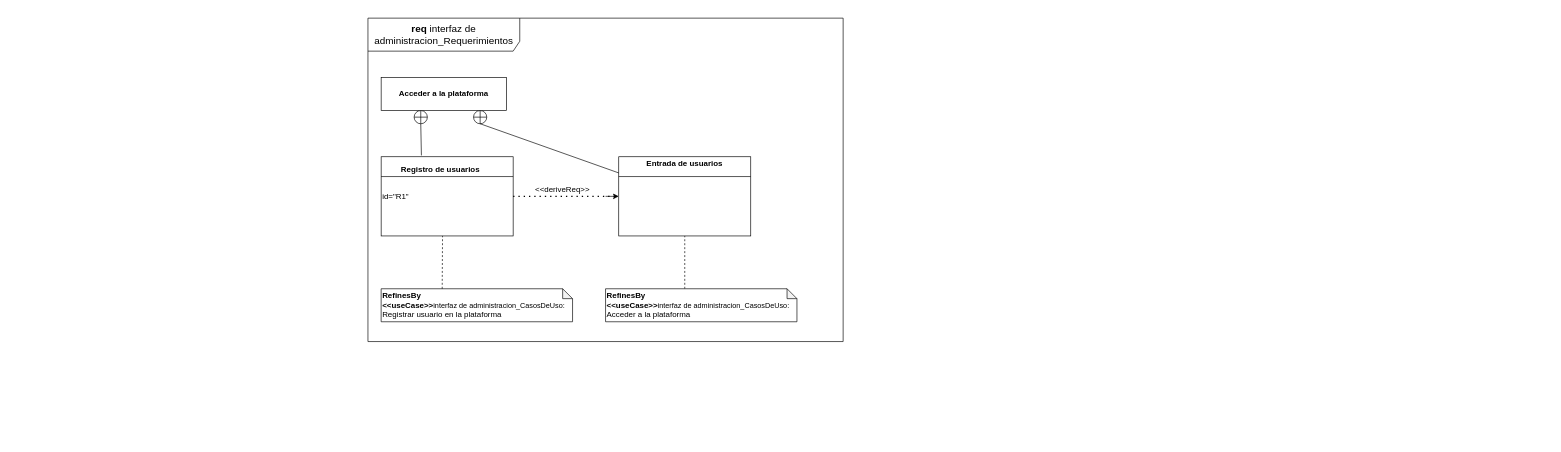
Above: Diagrama de requerimientos.drawio in mnivia/Administracion-unidades-cerradas (draw.io), before the change. Source tidied: cells renumbered, new cells numbered last; positions are measured from the earlier drawing's top-left corner, leaving out a move shared by most shapes. Both pictures are drawn from the tidied source at 66%, with x=0, y=0 at pixel (368, 18).
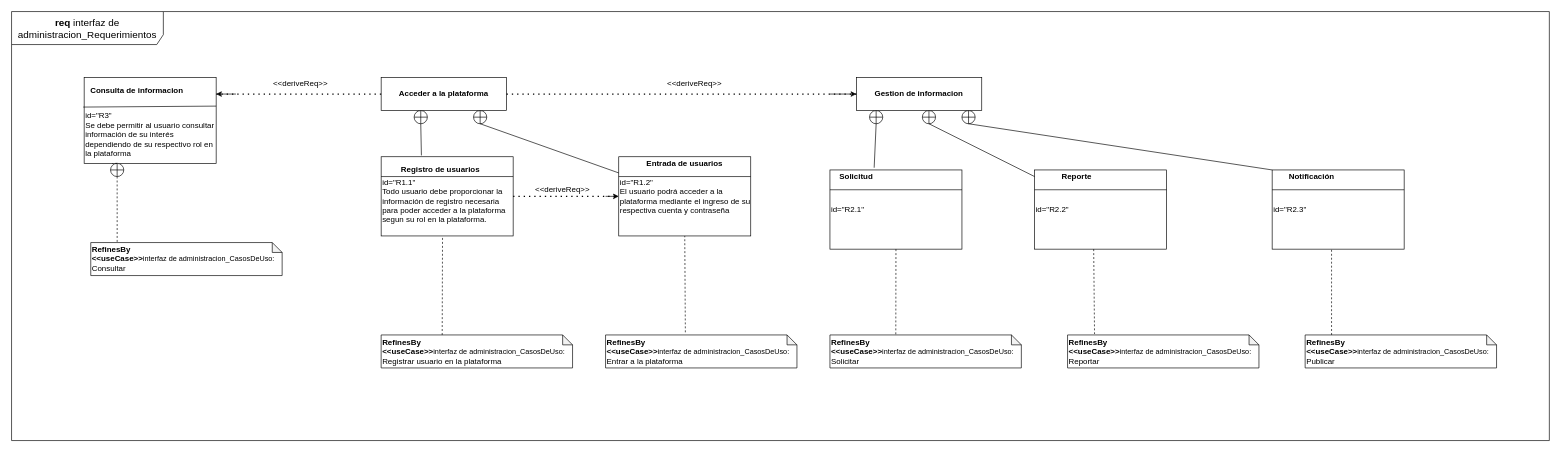
The same page after the edit.

Unchanged cells that the change refers to:
```xml
<mxCell id="9" value="&lt;b&gt;Acceder a la plataforma&lt;/b&gt;" style="rounded=0;whiteSpace=wrap;html=1;" parent="1" vertex="1">
  <mxGeometry x="20" y="90" width="190" height="50" as="geometry" />
</mxCell>
```

What changed in the source:
```diff
@@
     <mxCell id="2" value="&lt;font style=&quot;font-size: 15px&quot;&gt;&lt;b&gt;req&amp;nbsp;&lt;/b&gt;&lt;span style=&quot;text-align: left&quot;&gt;interfaz de administracion_Requerimientos&lt;/span&gt;&lt;/font&gt;" style="shape=umlFrame;whiteSpace=wrap;html=1;width=230;height=50;" parent="1" vertex="1">
-      <mxGeometry width="720" height="490" as="geometry" />
+      <mxGeometry x="-540" y="-10" width="2330" height="650" as="geometry" />
     </mxCell>
-    <mxCell id="3" value="id=&quot;R1&quot;&lt;br&gt;" style="rounded=0;whiteSpace=wrap;html=1;align=left;" parent="1" vertex="1">
+    <mxCell id="3" value="&lt;br&gt;id=&quot;R1.1&quot;&lt;br&gt;Todo usuario debe proporcionar la información de registro necesaria para poder acceder a la plataforma segun su rol en la plataforma." style="rounded=0;whiteSpace=wrap;html=1;align=left;" parent="1" vertex="1">
       <mxGeometry x="20" y="210" width="200" height="120" as="geometry" />
     </mxCell>
@@
-    <mxCell id="5" style="rounded=0;whiteSpace=wrap;html=1;" parent="1" vertex="1">
+    <mxCell id="5" value="&lt;span&gt;&lt;br&gt;id=&quot;R1.2&quot;&lt;br&gt;El usuario podrá&amp;nbsp;acceder a la plataforma mediante el ingreso de su respectiva cuenta y contraseña&lt;br&gt;&lt;br&gt;&lt;/span&gt;" style="rounded=0;whiteSpace=wrap;html=1;align=left;" parent="1" vertex="1">
       <mxGeometry x="380" y="210" width="200" height="120" as="geometry" />
     </mxCell>
@@
     <mxCell id="17" value="&lt;b&gt;RefinesBy&lt;br&gt;&amp;lt;&amp;lt;useCase&amp;gt;&amp;gt;&lt;/b&gt;&lt;font style=&quot;font-size: 11px&quot;&gt;interfaz de administracion_CasosDeUso:&lt;br&gt;&lt;/font&gt;Registrar usuario en la plataforma" style="shape=note;whiteSpace=wrap;html=1;backgroundOutline=1;darkOpacity=0.05;size=15;align=left;" parent="1" vertex="1">
-      <mxGeometry x="20" y="410" width="290" height="50" as="geometry" />
+      <mxGeometry x="20" y="480" width="290" height="50" as="geometry" />
     </mxCell>
@@
-    <mxCell id="19" style="endArrow=none;dashed=1;html=1;exitX=0.5;exitY=0;exitDx=0;exitDy=0;exitPerimeter=0;entryX=0.5;entryY=1;entryDx=0;entryDy=0;" parent="1" edge="1" target="5">
-      <mxGeometry relative="1" as="geometry">
-        <mxPoint x="480" y="410" as="sourcePoint" />
-      </mxGeometry>
+    <mxCell id="19" style="endArrow=none;dashed=1;html=1;exitX=0.417;exitY=-0.08;exitDx=0;exitDy=0;exitPerimeter=0;entryX=0.5;entryY=1;entryDx=0;entryDy=0;" parent="1" edge="1" source="20" target="5">
+      <mxGeometry relative="1" as="geometry" />
     </mxCell>
-    <mxCell id="20" value="&lt;b&gt;RefinesBy&lt;br&gt;&amp;lt;&amp;lt;useCase&amp;gt;&amp;gt;&lt;/b&gt;&lt;font style=&quot;font-size: 11px&quot;&gt;interfaz de administracion_CasosDeUso:&lt;br&gt;&lt;/font&gt;Acceder a la plataforma" style="shape=note;whiteSpace=wrap;html=1;backgroundOutline=1;darkOpacity=0.05;size=15;align=left;" parent="1" vertex="1">
-      <mxGeometry x="360" y="410" width="290" height="50" as="geometry" />
+    <mxCell id="20" value="&lt;b&gt;RefinesBy&lt;br&gt;&amp;lt;&amp;lt;useCase&amp;gt;&amp;gt;&lt;/b&gt;&lt;font style=&quot;font-size: 11px&quot;&gt;interfaz de administracion_CasosDeUso:&lt;br&gt;&lt;/font&gt;Entrar a la plataforma" style="shape=note;whiteSpace=wrap;html=1;backgroundOutline=1;darkOpacity=0.05;size=15;align=left;" parent="1" vertex="1">
+      <mxGeometry x="360" y="480" width="290" height="50" as="geometry" />
     </mxCell>
+    <mxCell id="21" value="id=&quot;R2.1&quot;" style="rounded=0;whiteSpace=wrap;html=1;align=left;" parent="1" vertex="1">
+      <mxGeometry x="700" y="230" width="200" height="120" as="geometry" />
+    </mxCell>
+    <mxCell id="22" style="endArrow=none;html=1;exitX=0;exitY=0.25;exitDx=0;exitDy=0;entryX=1;entryY=0.25;entryDx=0;entryDy=0;" parent="1" edge="1" source="21" target="21">
+      <mxGeometry relative="1" as="geometry" />
+    </mxCell>
+    <mxCell id="23" value="&lt;span&gt;id=&quot;R2.2&quot;&lt;/span&gt;" style="rounded=0;whiteSpace=wrap;html=1;align=left;" parent="1" vertex="1">
+      <mxGeometry x="1010" y="230" width="200" height="120" as="geometry" />
+    </mxCell>
+    <mxCell id="24" style="endArrow=none;html=1;exitX=0;exitY=0.25;exitDx=0;exitDy=0;entryX=1;entryY=0.25;entryDx=0;entryDy=0;" parent="1" edge="1" source="23" target="23">
+      <mxGeometry relative="1" as="geometry" />
+    </mxCell>
+    <mxCell id="25" value="&lt;b&gt;Solicitud&lt;/b&gt;" style="text;html=1;strokeColor=none;fillColor=none;align=center;verticalAlign=middle;whiteSpace=wrap;rounded=0;" parent="1" vertex="1">
+      <mxGeometry x="640" y="220" width="200" height="40" as="geometry" />
+    </mxCell>
+    <mxCell id="26" value="&lt;b&gt;Reporte&lt;/b&gt;" style="text;html=1;strokeColor=none;fillColor=none;align=center;verticalAlign=middle;whiteSpace=wrap;rounded=0;" parent="1" vertex="1">
+      <mxGeometry x="974" y="220" width="200" height="40" as="geometry" />
+    </mxCell>
+    <mxCell id="27" value="&lt;b&gt;Gestion de informacion&lt;/b&gt;" style="rounded=0;whiteSpace=wrap;html=1;" parent="1" vertex="1">
+      <mxGeometry x="740" y="90" width="190" height="50" as="geometry" />
+    </mxCell>
+    <mxCell id="28" style="verticalLabelPosition=bottom;verticalAlign=top;html=1;shape=mxgraph.flowchart.summing_function;" parent="1" vertex="1">
+      <mxGeometry x="840" y="140" width="20" height="20" as="geometry" />
+    </mxCell>
+    <mxCell id="29" style="verticalLabelPosition=bottom;verticalAlign=top;html=1;shape=mxgraph.flowchart.summing_function;" parent="1" vertex="1">
+      <mxGeometry x="760" y="140" width="20" height="20" as="geometry" />
+    </mxCell>
+    <mxCell id="30" style="endArrow=none;html=1;exitX=0.5;exitY=1;exitDx=0;exitDy=0;exitPerimeter=0;entryX=0.335;entryY=-0.028;entryDx=0;entryDy=0;entryPerimeter=0;" parent="1" edge="1" source="29" target="21">
+      <mxGeometry relative="1" as="geometry" />
+    </mxCell>
+    <mxCell id="31" style="endArrow=none;html=1;exitX=0.5;exitY=1;exitDx=0;exitDy=0;exitPerimeter=0;" parent="1" edge="1" source="28" target="23">
+      <mxGeometry relative="1" as="geometry" />
+    </mxCell>
+    <mxCell id="32" value="&amp;lt;&amp;lt;deriveReq&amp;gt;&amp;gt;" style="text;html=1;strokeColor=none;fillColor=none;align=center;verticalAlign=middle;whiteSpace=wrap;rounded=0;" parent="1" vertex="1">
+      <mxGeometry x="430" y="90" width="130" height="20" as="geometry" />
+    </mxCell>
+    <mxCell id="33" style="endArrow=none;dashed=1;html=1;dashPattern=1 3;strokeWidth=2;exitX=1;exitY=0.5;exitDx=0;exitDy=0;entryX=0;entryY=0.5;entryDx=0;entryDy=0;" parent="1" edge="1" source="9" target="27">
+      <mxGeometry relative="1" as="geometry" />
+    </mxCell>
+    <mxCell id="34" style="endArrow=classic;html=1;entryX=0;entryY=0.5;entryDx=0;entryDy=0;" parent="1" edge="1" target="27">
+      <mxGeometry relative="1" as="geometry">
+        <mxPoint x="700" y="115" as="sourcePoint" />
+      </mxGeometry>
+    </mxCell>
+    <mxCell id="35" value="&lt;span&gt;id=&quot;R2.3&quot;&lt;/span&gt;" style="rounded=0;whiteSpace=wrap;html=1;align=left;" parent="1" vertex="1">
+      <mxGeometry x="1370" y="230" width="200" height="120" as="geometry" />
+    </mxCell>
+    <mxCell id="36" style="endArrow=none;html=1;exitX=0;exitY=0.25;exitDx=0;exitDy=0;entryX=1;entryY=0.25;entryDx=0;entryDy=0;" parent="1" edge="1" source="35" target="35">
+      <mxGeometry relative="1" as="geometry" />
+    </mxCell>
+    <mxCell id="37" value="&lt;b&gt;Notificación&lt;/b&gt;" style="text;html=1;strokeColor=none;fillColor=none;align=center;verticalAlign=middle;whiteSpace=wrap;rounded=0;" parent="1" vertex="1">
+      <mxGeometry x="1330" y="220" width="200" height="40" as="geometry" />
+    </mxCell>
+    <mxCell id="38" style="verticalLabelPosition=bottom;verticalAlign=top;html=1;shape=mxgraph.flowchart.summing_function;" parent="1" vertex="1">
+      <mxGeometry x="900" y="140" width="20" height="20" as="geometry" />
+    </mxCell>
+    <mxCell id="39" style="endArrow=none;html=1;exitX=0.5;exitY=1;exitDx=0;exitDy=0;exitPerimeter=0;entryX=0.2;entryY=0.25;entryDx=0;entryDy=0;entryPerimeter=0;" parent="1" edge="1" source="38" target="37">
+      <mxGeometry relative="1" as="geometry" />
+    </mxCell>
+    <mxCell id="40" value="&lt;b&gt;RefinesBy&lt;br&gt;&amp;lt;&amp;lt;useCase&amp;gt;&amp;gt;&lt;/b&gt;&lt;font style=&quot;font-size: 11px&quot;&gt;interfaz de administracion_CasosDeUso:&lt;br&gt;&lt;/font&gt;Solicitar" style="shape=note;whiteSpace=wrap;html=1;backgroundOutline=1;darkOpacity=0.05;size=15;align=left;" parent="1" vertex="1">
+      <mxGeometry x="700" y="480" width="290" height="50" as="geometry" />
+    </mxCell>
+    <mxCell id="41" value="&lt;b&gt;RefinesBy&lt;br&gt;&amp;lt;&amp;lt;useCase&amp;gt;&amp;gt;&lt;/b&gt;&lt;font style=&quot;font-size: 11px&quot;&gt;interfaz de administracion_CasosDeUso:&lt;br&gt;&lt;/font&gt;Reportar" style="shape=note;whiteSpace=wrap;html=1;backgroundOutline=1;darkOpacity=0.05;size=15;align=left;" parent="1" vertex="1">
+      <mxGeometry x="1060" y="480" width="290" height="50" as="geometry" />
+    </mxCell>
+    <mxCell id="42" value="&lt;b&gt;RefinesBy&lt;br&gt;&amp;lt;&amp;lt;useCase&amp;gt;&amp;gt;&lt;/b&gt;&lt;font style=&quot;font-size: 11px&quot;&gt;interfaz de administracion_CasosDeUso:&lt;br&gt;&lt;/font&gt;Publicar" style="shape=note;whiteSpace=wrap;html=1;backgroundOutline=1;darkOpacity=0.05;size=15;align=left;" parent="1" vertex="1">
+      <mxGeometry x="1420" y="480" width="290" height="50" as="geometry" />
+    </mxCell>
+    <mxCell id="43" style="endArrow=none;dashed=1;html=1;entryX=0.344;entryY=0.027;entryDx=0;entryDy=0;entryPerimeter=0;exitX=0.5;exitY=1;exitDx=0;exitDy=0;" parent="1" edge="1" source="21" target="40">
+      <mxGeometry relative="1" as="geometry" />
+    </mxCell>
+    <mxCell id="44" style="endArrow=none;dashed=1;html=1;exitX=0.448;exitY=1;exitDx=0;exitDy=0;exitPerimeter=0;entryX=0.141;entryY=-0.027;entryDx=0;entryDy=0;entryPerimeter=0;" parent="1" edge="1" source="23" target="41">
+      <mxGeometry relative="1" as="geometry" />
+    </mxCell>
+    <mxCell id="45" style="endArrow=none;dashed=1;html=1;entryX=0.138;entryY=0;entryDx=0;entryDy=0;entryPerimeter=0;" parent="1" edge="1" target="42">
+      <mxGeometry relative="1" as="geometry">
+        <mxPoint x="1460" y="351" as="sourcePoint" />
+      </mxGeometry>
+    </mxCell>
+    <mxCell id="46" style="endArrow=none;dashed=1;html=1;dashPattern=1 3;strokeWidth=2;exitX=0;exitY=0.5;exitDx=0;exitDy=0;" parent="1" edge="1" source="9">
+      <mxGeometry relative="1" as="geometry">
+        <mxPoint x="-230" y="115" as="targetPoint" />
+      </mxGeometry>
+    </mxCell>
+    <mxCell id="47" value="&amp;lt;&amp;lt;deriveReq&amp;gt;&amp;gt;" style="text;html=1;strokeColor=none;fillColor=none;align=center;verticalAlign=middle;whiteSpace=wrap;rounded=0;" parent="1" vertex="1">
+      <mxGeometry x="-167" y="90" width="130" height="20" as="geometry" />
+    </mxCell>
+    <mxCell id="48" style="endArrow=classic;html=1;entryX=1;entryY=0.5;entryDx=0;entryDy=0;" parent="1" edge="1">
+      <mxGeometry relative="1" as="geometry">
+        <mxPoint x="-200" y="115" as="sourcePoint" />
+        <mxPoint x="-230" y="115" as="targetPoint" />
+      </mxGeometry>
+    </mxCell>
+    <mxCell id="49" value="&lt;br&gt;&lt;br&gt;&lt;br&gt;id=&quot;R3&quot;&lt;br&gt;Se debe permitir al usuario consultar información de su interés dependiendo de su respectivo rol en la plataforma" style="rounded=0;whiteSpace=wrap;html=1;align=left;" parent="1" vertex="1">
+      <mxGeometry x="-430" y="90" width="200" height="130" as="geometry" />
+    </mxCell>
+    <mxCell id="50" style="endArrow=none;html=1;exitX=-0.007;exitY=0.344;exitDx=0;exitDy=0;exitPerimeter=0;entryX=1;entryY=0.333;entryDx=0;entryDy=0;entryPerimeter=0;" parent="1" edge="1" source="49" target="49">
+      <mxGeometry relative="1" as="geometry" />
+    </mxCell>
+    <mxCell id="51" value="&lt;b&gt;Consulta de informacion&lt;/b&gt;" style="text;html=1;strokeColor=none;fillColor=none;align=center;verticalAlign=middle;whiteSpace=wrap;rounded=0;" parent="1" vertex="1">
+      <mxGeometry x="-430" y="100" width="160" height="20" as="geometry" />
+    </mxCell>
+    <mxCell id="52" value="&lt;b&gt;RefinesBy&lt;br&gt;&amp;lt;&amp;lt;useCase&amp;gt;&amp;gt;&lt;/b&gt;&lt;font style=&quot;font-size: 11px&quot;&gt;interfaz de administracion_CasosDeUso:&lt;br&gt;&lt;/font&gt;Consultar" style="shape=note;whiteSpace=wrap;html=1;backgroundOutline=1;darkOpacity=0.05;size=15;align=left;" parent="1" vertex="1">
+      <mxGeometry x="-420" y="340" width="290" height="50" as="geometry" />
+    </mxCell>
+    <mxCell id="53" style="endArrow=none;dashed=1;html=1;exitX=0.5;exitY=1;exitDx=0;exitDy=0;entryX=0.138;entryY=0.013;entryDx=0;entryDy=0;entryPerimeter=0;exitPerimeter=0;" parent="1" edge="1" source="54" target="52">
+      <mxGeometry relative="1" as="geometry" />
+    </mxCell>
+    <mxCell id="54" style="verticalLabelPosition=bottom;verticalAlign=top;html=1;shape=mxgraph.flowchart.summing_function;" parent="1" vertex="1">
+      <mxGeometry x="-390" y="220" width="20" height="20" as="geometry" />
+    </mxCell>
+    <mxCell id="55" style="endArrow=none;dashed=1;html=1;exitX=0.25;exitY=1;exitDx=0;exitDy=0;entryX=0.138;entryY=0.013;entryDx=0;entryDy=0;entryPerimeter=0;" parent="1" edge="1" source="49" target="54">
+      <mxGeometry relative="1" as="geometry" />
+    </mxCell>
```
